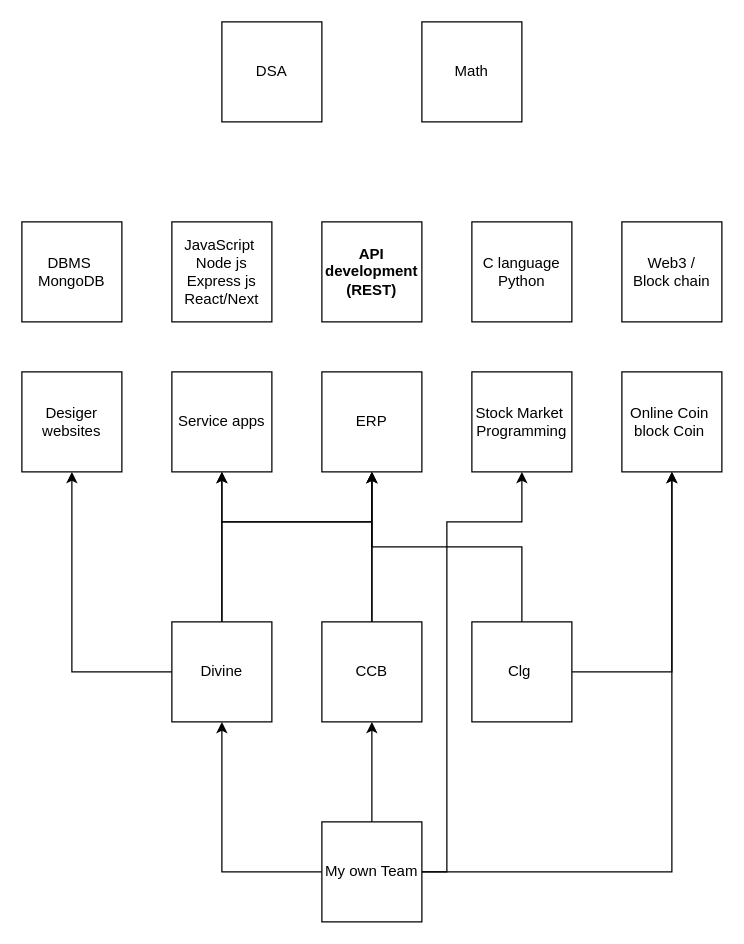
Earlier version of the draw.io diagram public/Untitled Diagram.drawio (Chethan814/Chethan-portfolio-2k25). Source tidied: cells renumbered, new cells numbered last; positions are measured from the earlier drawing's top-left corner, leaving out a move shared by most shapes. Both pictures are drawn from the tidied source at 125%, with x=0, y=0 at pixel (21, 21).
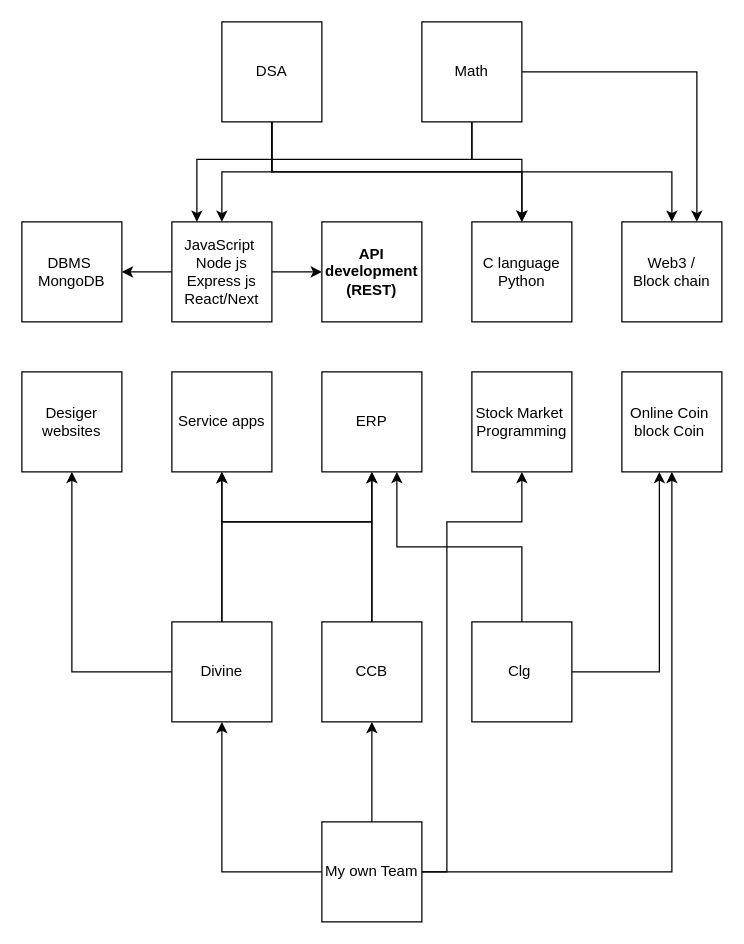
Above is the later version.

The change refers to these unchanged cells:
```xml
<mxCell id="2" value="JavaScript&amp;nbsp;&lt;br&gt;Node js&lt;br&gt;Express js&lt;br&gt;React/Next" style="whiteSpace=wrap;html=1;" parent="1" vertex="1">
  <mxGeometry x="120" y="160" width="80" height="80" as="geometry" />
</mxCell>
<mxCell id="3" value="C language&lt;div&gt;Python&lt;/div&gt;" style="whiteSpace=wrap;html=1;" parent="1" vertex="1">
  <mxGeometry x="360" y="160" width="80" height="80" as="geometry" />
</mxCell>
<mxCell id="4" value="Math" style="whiteSpace=wrap;html=1;" parent="1" vertex="1">
  <mxGeometry x="320" width="80" height="80" as="geometry" />
</mxCell>
<mxCell id="6" value="ERP" style="whiteSpace=wrap;html=1;" parent="1" vertex="1">
  <mxGeometry x="240" y="280" width="80" height="80" as="geometry" />
</mxCell>
<mxCell id="8" value="DSA" style="whiteSpace=wrap;html=1;" parent="1" vertex="1">
  <mxGeometry x="160" width="80" height="80" as="geometry" />
</mxCell>
<mxCell id="9" value="&lt;b&gt;&lt;span&gt;API development&lt;/span&gt; (REST)&lt;/b&gt;" style="whiteSpace=wrap;html=1;" parent="1" vertex="1">
  <mxGeometry x="240" y="160" width="80" height="80" as="geometry" />
</mxCell>
<mxCell id="10" value="&lt;div&gt;DBMS&amp;nbsp;&lt;/div&gt;MongoDB" style="whiteSpace=wrap;html=1;" parent="1" vertex="1">
  <mxGeometry y="160" width="80" height="80" as="geometry" />
</mxCell>
<mxCell id="21" value="Web3 /&lt;br&gt;Block chain" style="whiteSpace=wrap;html=1;" parent="1" vertex="1">
  <mxGeometry x="480" y="160" width="80" height="80" as="geometry" />
</mxCell>
<mxCell id="22" value="Online Coin&amp;nbsp;&lt;br&gt;block Coin&amp;nbsp;" style="whiteSpace=wrap;html=1;" parent="1" vertex="1">
  <mxGeometry x="480" y="280" width="80" height="80" as="geometry" />
</mxCell>
<mxCell id="25" value="Clg&amp;nbsp;" style="whiteSpace=wrap;html=1;" parent="1" vertex="1">
  <mxGeometry x="360" y="480" width="80" height="80" as="geometry" />
</mxCell>
```

What changed in the source:
```diff
@@
+    <mxCell id="29" style="edgeStyle=orthogonalEdgeStyle;rounded=0;jettySize=auto;html=1;" parent="1" edge="1" source="2" target="9">
+      <mxGeometry relative="1" as="geometry" />
+    </mxCell>
+    <mxCell id="30" style="edgeStyle=orthogonalEdgeStyle;rounded=0;jettySize=auto;html=1;" parent="1" edge="1" source="2" target="10">
+      <mxGeometry relative="1" as="geometry" />
+    </mxCell>
@@
+    <mxCell id="31" style="edgeStyle=orthogonalEdgeStyle;rounded=0;jettySize=auto;html=1;entryX=0.5;entryY=0;entryDx=0;entryDy=0;" parent="1" edge="1" source="4" target="3">
+      <mxGeometry relative="1" as="geometry">
+        <Array as="points">
+          <mxPoint x="360" y="110" />
+          <mxPoint x="400" y="110" />
+        </Array>
+      </mxGeometry>
+    </mxCell>
+    <mxCell id="32" style="edgeStyle=orthogonalEdgeStyle;rounded=0;jettySize=auto;html=1;entryX=0.75;entryY=0;entryDx=0;entryDy=0;" parent="1" edge="1" source="4" target="21">
+      <mxGeometry relative="1" as="geometry" />
+    </mxCell>
+    <mxCell id="33" style="edgeStyle=orthogonalEdgeStyle;rounded=0;jettySize=auto;html=1;entryX=0.25;entryY=0;entryDx=0;entryDy=0;" parent="1" edge="1" source="4" target="2">
+      <mxGeometry relative="1" as="geometry">
+        <Array as="points">
+          <mxPoint x="360" y="110" />
+          <mxPoint x="140" y="110" />
+        </Array>
+      </mxGeometry>
+    </mxCell>
@@
+    <mxCell id="34" style="edgeStyle=orthogonalEdgeStyle;rounded=0;jettySize=auto;html=1;" parent="1" edge="1" source="8" target="2">
+      <mxGeometry relative="1" as="geometry" />
+    </mxCell>
+    <mxCell id="35" style="edgeStyle=orthogonalEdgeStyle;rounded=0;jettySize=auto;html=1;entryX=0.5;entryY=0;entryDx=0;entryDy=0;" parent="1" edge="1" source="8" target="3">
+      <mxGeometry relative="1" as="geometry">
+        <Array as="points">
+          <mxPoint x="200" y="120" />
+          <mxPoint x="400" y="120" />
+        </Array>
+      </mxGeometry>
+    </mxCell>
+    <mxCell id="36" style="edgeStyle=orthogonalEdgeStyle;rounded=0;jettySize=auto;html=1;" parent="1" edge="1" source="8" target="21">
+      <mxGeometry relative="1" as="geometry">
+        <Array as="points">
+          <mxPoint x="200" y="120" />
+          <mxPoint x="520" y="120" />
+        </Array>
+      </mxGeometry>
+    </mxCell>
@@
     <mxCell id="23" style="edgeStyle=orthogonalEdgeStyle;rounded=0;jettySize=auto;html=1;" parent="1" edge="1" source="25" target="22">
-      <mxGeometry relative="1" as="geometry" />
+      <mxGeometry relative="1" as="geometry">
+        <Array as="points">
+          <mxPoint x="510" y="520" />
+        </Array>
+      </mxGeometry>
     </mxCell>
-    <mxCell id="24" style="edgeStyle=orthogonalEdgeStyle;rounded=0;jettySize=auto;html=1;entryX=0.5;entryY=1;entryDx=0;entryDy=0;" parent="1" edge="1" source="25" target="6">
+    <mxCell id="24" style="edgeStyle=orthogonalEdgeStyle;rounded=0;jettySize=auto;html=1;" parent="1" edge="1" source="25">
       <mxGeometry relative="1" as="geometry">
+        <mxPoint x="300" y="360" as="targetPoint" />
         <Array as="points">
           <mxPoint x="400" y="420" />
-          <mxPoint x="280" y="420" />
+          <mxPoint x="300" y="420" />
         </Array>
       </mxGeometry>
     </mxCell>
```
